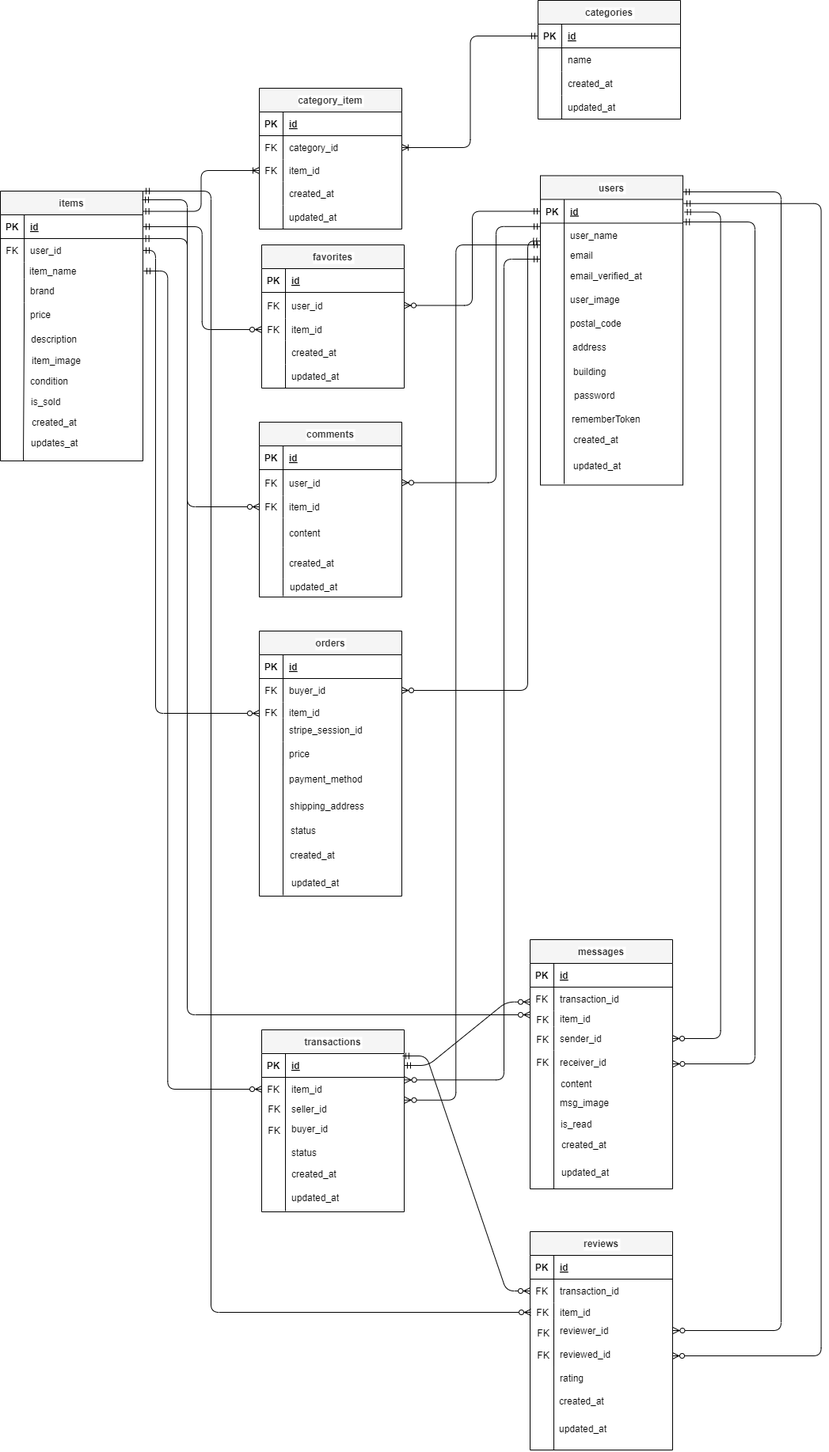
hisako-ito/flea_market_app keeps this draw.io diagram as flea_market_app.drawio.png. Above is the earlier version. Source tidied: cells renumbered, new cells last; positions are measured from the earlier drawing's top-left corner, leaving out a move shared by most shapes.
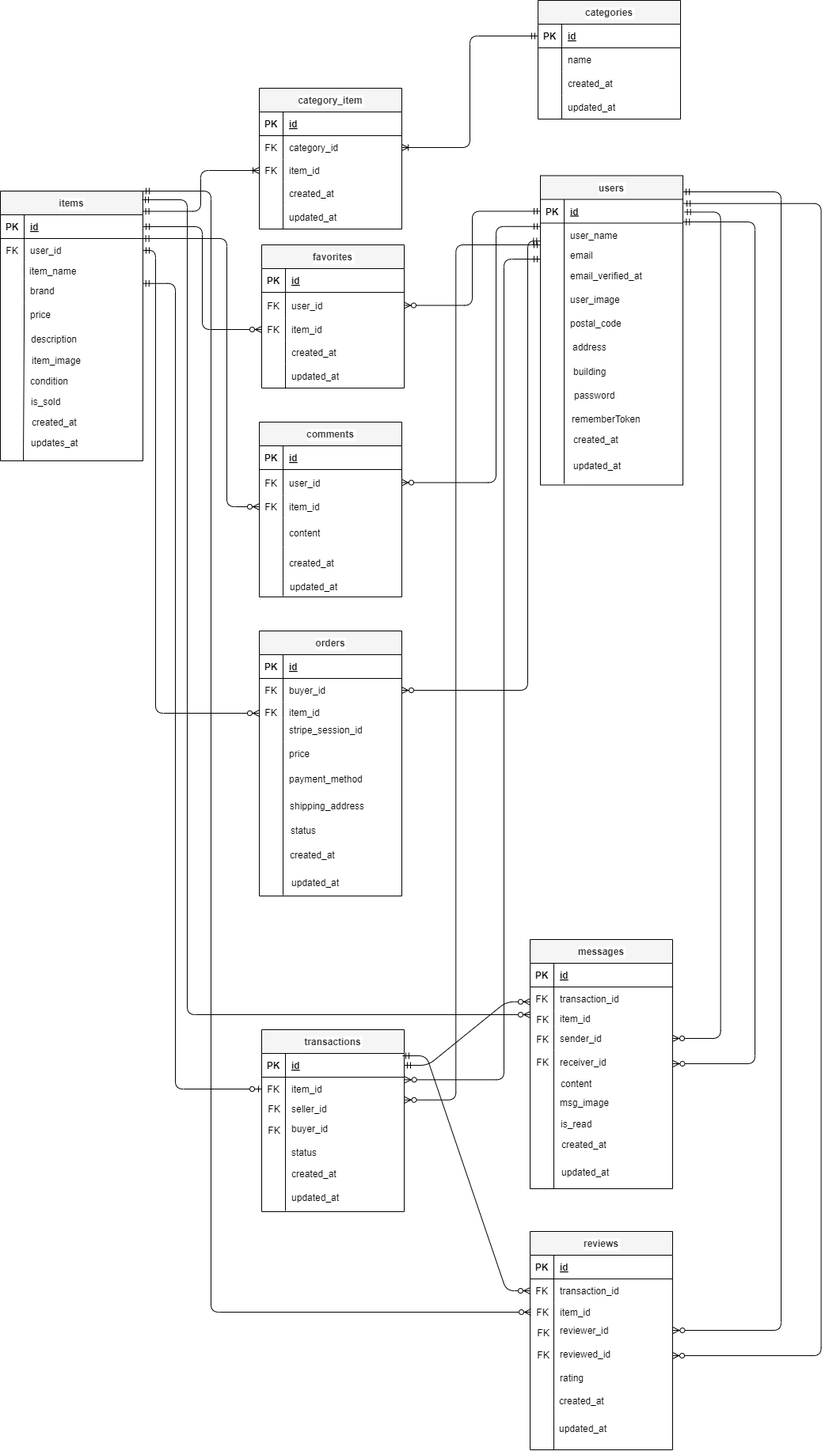
Above is the later version.

Change to the diagram source:
```diff
@@ -533,7 +533,7 @@
     <mxCell id="174" style="edgeStyle=elbowEdgeStyle;fontSize=12;html=1;endArrow=ERzeroToMany;startArrow=ERmandOne;strokeColor=#000000;exitX=0.998;exitY=1;exitDx=0;exitDy=0;entryX=0;entryY=0.5;entryDx=0;entryDy=0;exitPerimeter=0;" parent="1" edge="1" source="41" target="118">
       <mxGeometry relative="1" as="geometry">
         <Array as="points">
-          <mxPoint x="236" y="472" />
+          <mxPoint x="286" y="472" />
         </Array>
       </mxGeometry>
     </mxCell>
@@ -628,14 +628,6 @@
     <mxCell id="200" value="updated_at" style="shape=partialRectangle;fillColor=none;top=0;left=0;bottom=0;right=0;align=left;spacingLeft=6;overflow=hidden;shadow=0;labelBackgroundColor=#FFFFFF;labelBorderColor=none;strokeColor=#FFFFFF;fontColor=#000000;" parent="198" vertex="1">
       <mxGeometry x="30" width="150" height="30" as="geometry" />
     </mxCell>
-    <mxCell id="201" style="edgeStyle=elbowEdgeStyle;fontSize=12;html=1;endArrow=ERzeroToMany;startArrow=ERmandOne;strokeColor=#000000;entryX=0;entryY=0.5;entryDx=0;entryDy=0;" parent="1" edge="1" target="182">
-      <mxGeometry relative="1" as="geometry">
-        <mxPoint x="181" y="342" as="sourcePoint" />
-        <Array as="points">
-          <mxPoint x="211.3" y="847" />
-        </Array>
-      </mxGeometry>
-    </mxCell>
     <mxCell id="202" value="FK" style="shape=partialRectangle;fillColor=none;top=0;left=0;bottom=0;right=0;fontStyle=0;overflow=hidden;shadow=0;labelBackgroundColor=#FFFFFF;labelBorderColor=none;strokeColor=#000000;fontColor=#000000;" parent="1" vertex="1">
       <mxGeometry x="331" y="1411" width="30" height="34" as="geometry" />
     </mxCell>
@@ -905,5 +897,13 @@
         </Array>
       </mxGeometry>
     </mxCell>
+    <mxCell id="271" style="edgeStyle=elbowEdgeStyle;fontSize=12;html=1;endArrow=ERzeroToOne;startArrow=ERmandOne;exitX=0;exitY=0.5;exitDx=0;exitDy=0;entryX=0;entryY=0.5;entryDx=0;entryDy=0;" parent="1" edge="1" target="182">
+      <mxGeometry relative="1" as="geometry">
+        <mxPoint x="179.8" y="357.8" as="sourcePoint" />
+        <Array as="points">
+          <mxPoint x="221" y="852" />
+        </Array>
+      </mxGeometry>
+    </mxCell>
   </root>
 </mxGraphModel>
```
